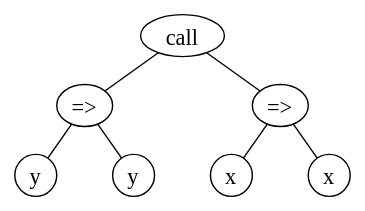
Above: dissertation/images/data-structures-to-represent-yocto-javascript-programs--2.drawio.svg in leafac/yocto-cfa (draw.io), before the change. Source tidied: cells renumbered, new cells last; positions are measured from the earlier drawing's top-left corner, leaving out a move shared by most shapes. Source of this version:
```xml
<mxGraphModel>
  <root>
    <mxCell id="0" />
    <mxCell id="1" parent="0" />
    <mxCell id="2" style="group;fontSize=16;spacing=1;" parent="1" vertex="1">
      <mxGeometry width="260" height="150" as="geometry" />
    </mxCell>
    <mxCell id="3" value="call" style="ellipse;fontFamily=PT Mono;fontSize=16;spacing=1;" parent="2" vertex="1">
      <mxGeometry x="100" y="10" width="60" height="30" as="geometry" />
    </mxCell>
    <mxCell id="4" value="=&gt;" style="ellipse;fontFamily=PT Mono;fontSize=16;spacing=1;" parent="2" vertex="1">
      <mxGeometry x="40" y="60" width="40" height="30" as="geometry" />
    </mxCell>
    <mxCell id="5" style="elbow=vertical;endArrow=none;endFill=0;fontFamily=PT Mono;fontSize=16;" parent="2" edge="1" source="3" target="4">
      <mxGeometry relative="1" as="geometry" />
    </mxCell>
    <mxCell id="6" value="=&gt;" style="ellipse;fontFamily=PT Mono;fontSize=16;spacing=1;" parent="2" vertex="1">
      <mxGeometry x="180" y="60" width="40" height="30" as="geometry" />
    </mxCell>
    <mxCell id="7" style="elbow=vertical;endArrow=none;endFill=0;fontFamily=PT Mono;fontSize=16;" parent="2" edge="1" source="3" target="6">
      <mxGeometry relative="1" as="geometry" />
    </mxCell>
    <mxCell id="8" value="y" style="ellipse;fontFamily=PT Mono;fontSize=16;spacing=1;" parent="2" vertex="1">
      <mxGeometry x="10" y="110" width="30" height="30" as="geometry" />
    </mxCell>
    <mxCell id="9" style="elbow=vertical;endArrow=none;endFill=0;fontFamily=PT Mono;fontSize=16;" parent="2" edge="1" source="4" target="8">
      <mxGeometry relative="1" as="geometry" />
    </mxCell>
    <mxCell id="10" value="y" style="ellipse;fontFamily=PT Mono;fontSize=16;spacing=1;" parent="2" vertex="1">
      <mxGeometry x="80" y="110" width="30" height="30" as="geometry" />
    </mxCell>
    <mxCell id="11" style="elbow=vertical;endArrow=none;endFill=0;fontFamily=PT Mono;fontSize=16;" parent="2" edge="1" source="4" target="10">
      <mxGeometry relative="1" as="geometry" />
    </mxCell>
    <mxCell id="12" value="x" style="ellipse;fontFamily=PT Mono;fontSize=16;spacing=1;" parent="2" vertex="1">
      <mxGeometry x="150" y="110" width="30" height="30" as="geometry" />
    </mxCell>
    <mxCell id="13" style="elbow=vertical;endArrow=none;endFill=0;fontFamily=PT Mono;fontSize=16;" parent="2" edge="1" source="6" target="12">
      <mxGeometry relative="1" as="geometry" />
    </mxCell>
    <mxCell id="14" value="x" style="ellipse;fontFamily=PT Mono;fontSize=16;spacing=1;" parent="2" vertex="1">
      <mxGeometry x="220" y="110" width="30" height="30" as="geometry" />
    </mxCell>
    <mxCell id="15" style="elbow=vertical;endArrow=none;endFill=0;fontFamily=PT Mono;fontSize=16;" parent="2" edge="1" source="6" target="14">
      <mxGeometry relative="1" as="geometry" />
    </mxCell>
  </root>
</mxGraphModel>
```
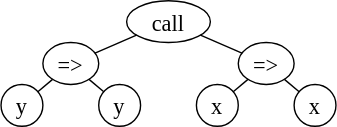
The same file after the commit.

Diff of the diagram source:
```diff
@@ -2,46 +2,43 @@
   <root>
     <mxCell id="0" />
     <mxCell id="1" parent="0" />
-    <mxCell id="2" style="group;fontSize=16;spacing=1;" parent="1" vertex="1">
-      <mxGeometry width="260" height="150" as="geometry" />
-    </mxCell>
-    <mxCell id="3" value="call" style="ellipse;fontFamily=PT Mono;fontSize=16;spacing=1;" parent="2" vertex="1">
+    <mxCell id="3" value="call" style="ellipse;fontFamily=PT Mono;fontSize=16;spacing=1;" parent="1" vertex="1">
       <mxGeometry x="100" y="10" width="60" height="30" as="geometry" />
     </mxCell>
-    <mxCell id="4" value="=&gt;" style="ellipse;fontFamily=PT Mono;fontSize=16;spacing=1;" parent="2" vertex="1">
-      <mxGeometry x="40" y="60" width="40" height="30" as="geometry" />
+    <mxCell id="4" value="=&gt;" style="ellipse;fontFamily=PT Mono;fontSize=16;spacing=1;" parent="1" vertex="1">
+      <mxGeometry x="40" y="40" width="40" height="30" as="geometry" />
     </mxCell>
-    <mxCell id="5" style="elbow=vertical;endArrow=none;endFill=0;fontFamily=PT Mono;fontSize=16;" parent="2" edge="1" source="3" target="4">
+    <mxCell id="5" style="elbow=vertical;endArrow=none;endFill=0;fontFamily=PT Mono;fontSize=16;" parent="1" edge="1" source="3" target="4">
       <mxGeometry relative="1" as="geometry" />
     </mxCell>
-    <mxCell id="6" value="=&gt;" style="ellipse;fontFamily=PT Mono;fontSize=16;spacing=1;" parent="2" vertex="1">
-      <mxGeometry x="180" y="60" width="40" height="30" as="geometry" />
+    <mxCell id="6" value="=&gt;" style="ellipse;fontFamily=PT Mono;fontSize=16;spacing=1;" parent="1" vertex="1">
+      <mxGeometry x="180" y="40" width="40" height="30" as="geometry" />
     </mxCell>
-    <mxCell id="7" style="elbow=vertical;endArrow=none;endFill=0;fontFamily=PT Mono;fontSize=16;" parent="2" edge="1" source="3" target="6">
+    <mxCell id="7" style="elbow=vertical;endArrow=none;endFill=0;fontFamily=PT Mono;fontSize=16;" parent="1" edge="1" source="3" target="6">
       <mxGeometry relative="1" as="geometry" />
     </mxCell>
-    <mxCell id="8" value="y" style="ellipse;fontFamily=PT Mono;fontSize=16;spacing=1;" parent="2" vertex="1">
-      <mxGeometry x="10" y="110" width="30" height="30" as="geometry" />
+    <mxCell id="8" value="y" style="ellipse;fontFamily=PT Mono;fontSize=16;spacing=1;" parent="1" vertex="1">
+      <mxGeometry x="10" y="70" width="30" height="30" as="geometry" />
     </mxCell>
-    <mxCell id="9" style="elbow=vertical;endArrow=none;endFill=0;fontFamily=PT Mono;fontSize=16;" parent="2" edge="1" source="4" target="8">
+    <mxCell id="9" style="elbow=vertical;endArrow=none;endFill=0;fontFamily=PT Mono;fontSize=16;" parent="1" edge="1" source="4" target="8">
       <mxGeometry relative="1" as="geometry" />
     </mxCell>
-    <mxCell id="10" value="y" style="ellipse;fontFamily=PT Mono;fontSize=16;spacing=1;" parent="2" vertex="1">
-      <mxGeometry x="80" y="110" width="30" height="30" as="geometry" />
+    <mxCell id="10" value="y" style="ellipse;fontFamily=PT Mono;fontSize=16;spacing=1;" parent="1" vertex="1">
+      <mxGeometry x="80" y="70" width="30" height="30" as="geometry" />
     </mxCell>
-    <mxCell id="11" style="elbow=vertical;endArrow=none;endFill=0;fontFamily=PT Mono;fontSize=16;" parent="2" edge="1" source="4" target="10">
+    <mxCell id="11" style="elbow=vertical;endArrow=none;endFill=0;fontFamily=PT Mono;fontSize=16;" parent="1" edge="1" source="4" target="10">
       <mxGeometry relative="1" as="geometry" />
     </mxCell>
-    <mxCell id="12" value="x" style="ellipse;fontFamily=PT Mono;fontSize=16;spacing=1;" parent="2" vertex="1">
-      <mxGeometry x="150" y="110" width="30" height="30" as="geometry" />
+    <mxCell id="12" value="x" style="ellipse;fontFamily=PT Mono;fontSize=16;spacing=1;" parent="1" vertex="1">
+      <mxGeometry x="150" y="70" width="30" height="30" as="geometry" />
     </mxCell>
-    <mxCell id="13" style="elbow=vertical;endArrow=none;endFill=0;fontFamily=PT Mono;fontSize=16;" parent="2" edge="1" source="6" target="12">
+    <mxCell id="13" style="elbow=vertical;endArrow=none;endFill=0;fontFamily=PT Mono;fontSize=16;" parent="1" edge="1" source="6" target="12">
       <mxGeometry relative="1" as="geometry" />
     </mxCell>
-    <mxCell id="14" value="x" style="ellipse;fontFamily=PT Mono;fontSize=16;spacing=1;" parent="2" vertex="1">
-      <mxGeometry x="220" y="110" width="30" height="30" as="geometry" />
+    <mxCell id="14" value="x" style="ellipse;fontFamily=PT Mono;fontSize=16;spacing=1;" parent="1" vertex="1">
+      <mxGeometry x="220" y="70" width="30" height="30" as="geometry" />
     </mxCell>
-    <mxCell id="15" style="elbow=vertical;endArrow=none;endFill=0;fontFamily=PT Mono;fontSize=16;" parent="2" edge="1" source="6" target="14">
+    <mxCell id="15" style="elbow=vertical;endArrow=none;endFill=0;fontFamily=PT Mono;fontSize=16;" parent="1" edge="1" source="6" target="14">
       <mxGeometry relative="1" as="geometry" />
     </mxCell>
   </root>
```
